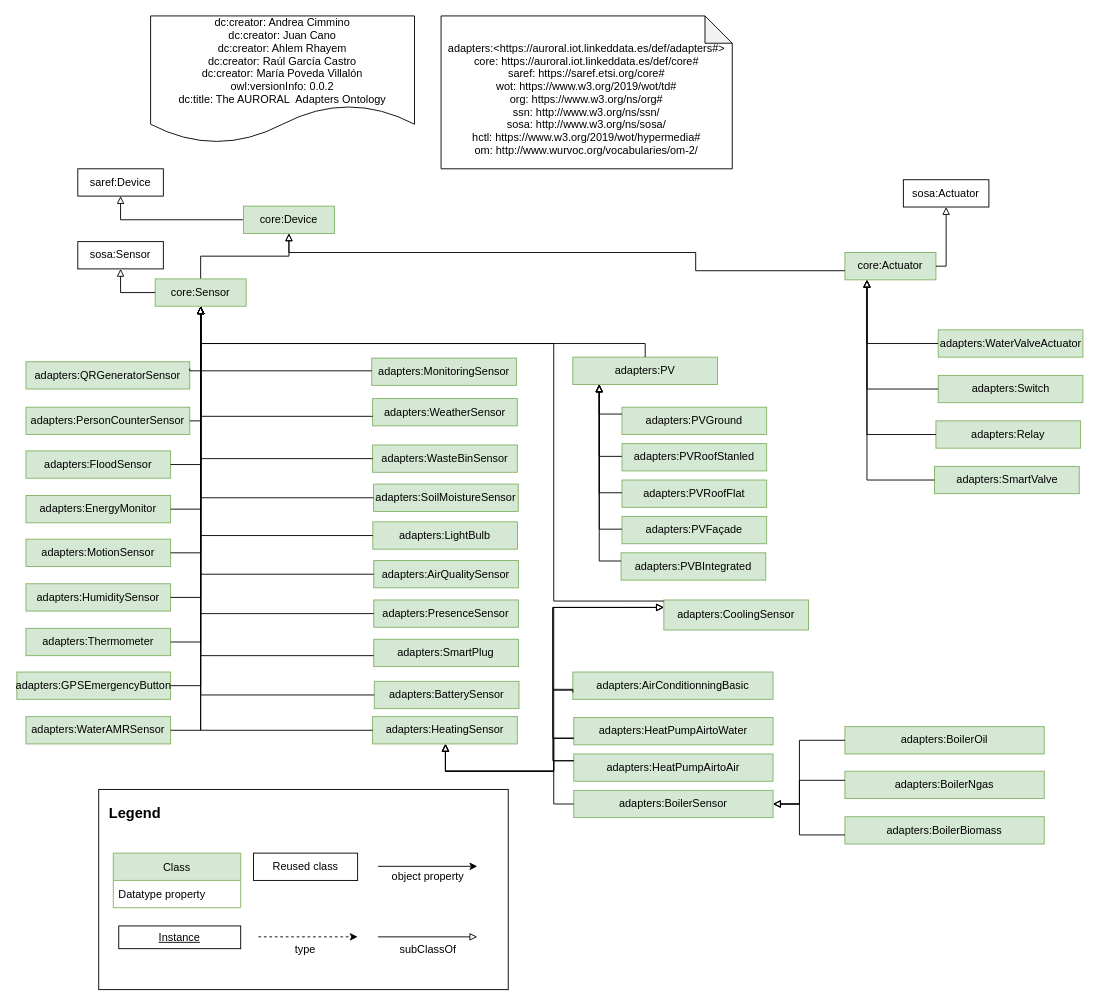
oeg-upm/auroral-adapters-ontology keeps this draw.io diagram as page "V2" (1 of 2) of Diagrams/Device-adapters.drawio. Above is the earlier version. Source tidied: cells renumbered, new cells numbered last; positions are measured from the earlier drawing's top-left corner, leaving out a move shared by most shapes. Both pictures are drawn from the tidied source at 91%, with x=0, y=0 at pixel (16, 15).
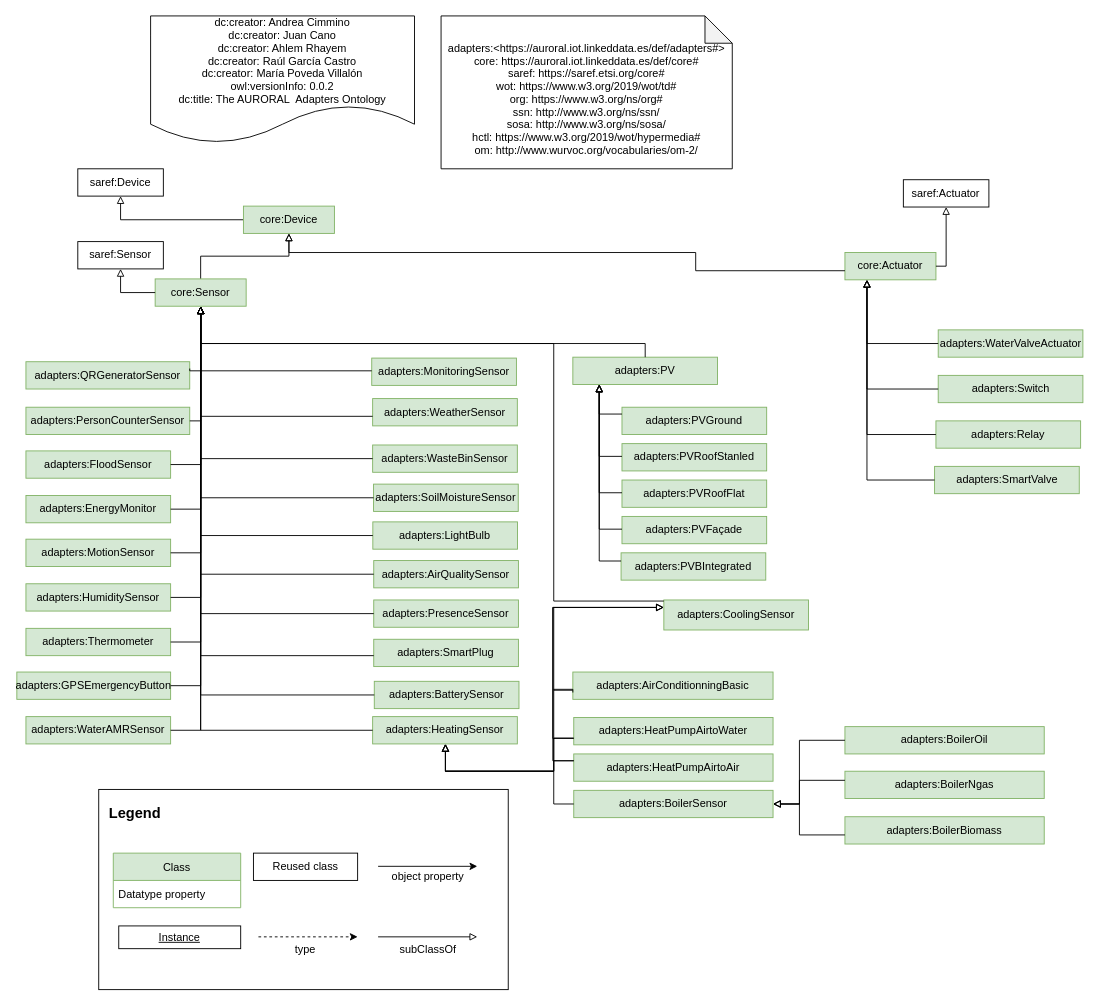
The same page after the edit.

Commit message (it also covers changes not shown here):
aligned to saref

Change to the diagram source:
```diff
@@
-    <mxCell id="23" value="sosa:Sensor" style="rounded=0;whiteSpace=wrap;html=1;" parent="1" vertex="1">
+    <mxCell id="23" value="saref:Sensor" style="rounded=0;whiteSpace=wrap;html=1;" parent="1" vertex="1">
       <mxGeometry x="67" y="248" width="94" height="30" as="geometry" />
     </mxCell>
-    <mxCell id="24" value="sosa:Actuator" style="rounded=0;whiteSpace=wrap;html=1;" parent="1" vertex="1">
+    <mxCell id="24" value="saref:Actuator" style="rounded=0;whiteSpace=wrap;html=1;" parent="1" vertex="1">
       <mxGeometry x="974.2" y="180" width="94" height="30" as="geometry" />
     </mxCell>
```
